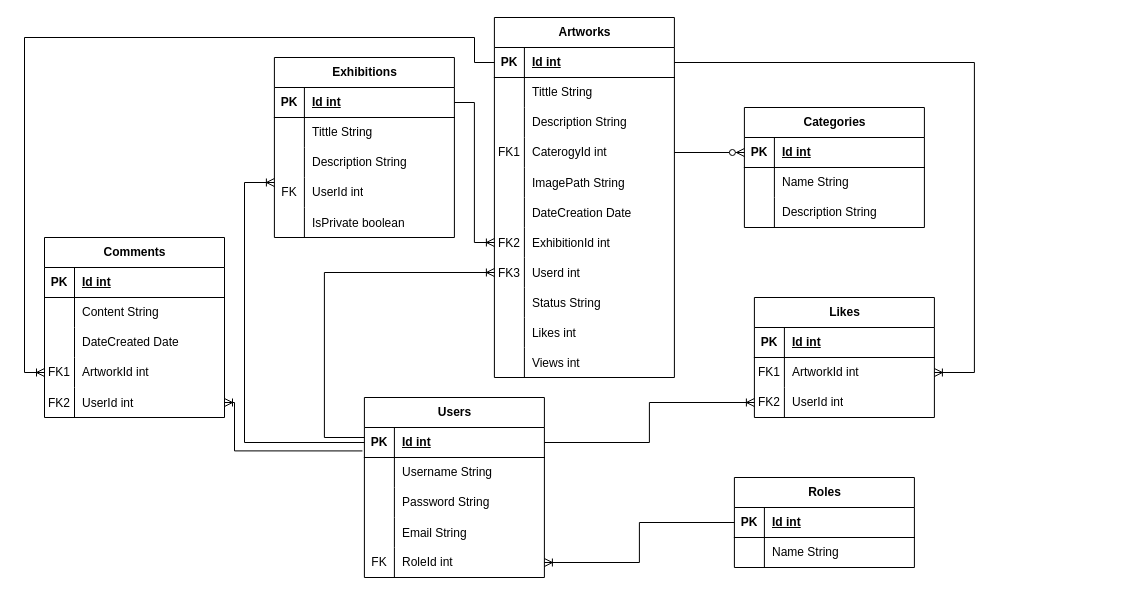
ShutovaTE/VAG-Java keeps this draw.io diagram as Диаграммы/ER-диаграмма.drawio. Above is the earlier version. Source tidied: cells renumbered, new cells numbered last; positions are measured from the earlier drawing's top-left corner, leaving out a move shared by most shapes. Both pictures are drawn from the tidied source at 100%, with x=0, y=0 at pixel (24, 17).
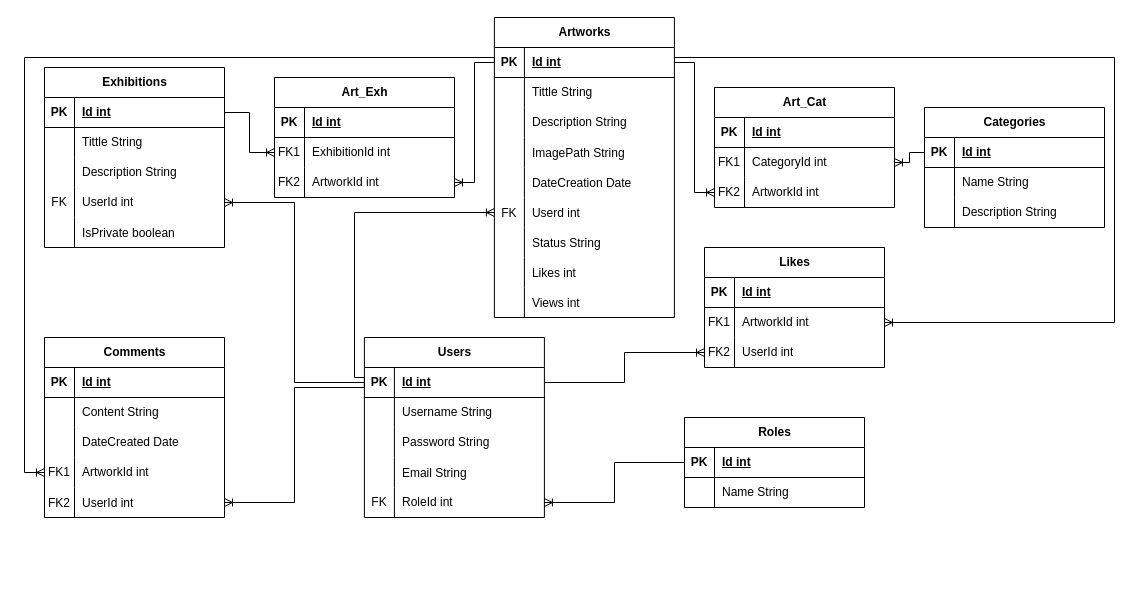
Above is the later version.

Commit message (it also covers changes not shown here):
Бесконечные страдания с диаграммой

The change refers to these unchanged cells:
```xml
<mxCell id="3" style="shape=tableRow;horizontal=0;startSize=0;swimlaneHead=0;swimlaneBody=0;fillColor=none;points=[[0,0.5],[1,0.5]];portConstraint=eastwest;top=0;left=0;right=0;bottom=1;" parent="2" vertex="1">
  <mxGeometry y="30" width="180" height="30" as="geometry" />
</mxCell>
<mxCell id="37" style="shape=tableRow;horizontal=0;startSize=0;swimlaneHead=0;swimlaneBody=0;fillColor=none;points=[[0,0.5],[1,0.5]];portConstraint=eastwest;top=0;left=0;right=0;bottom=1;" parent="36" vertex="1">
  <mxGeometry y="30" width="180" height="30" as="geometry" />
</mxCell>
<mxCell id="46" style="shape=tableRow;horizontal=0;startSize=0;swimlaneHead=0;swimlaneBody=0;fillColor=none;points=[[0,0.5],[1,0.5]];portConstraint=eastwest;top=0;left=0;right=0;bottom=0;" parent="36" vertex="1">
  <mxGeometry y="120" width="180" height="30" as="geometry" />
</mxCell>
<mxCell id="53" style="shape=tableRow;horizontal=0;startSize=0;swimlaneHead=0;swimlaneBody=0;fillColor=none;points=[[0,0.5],[1,0.5]];portConstraint=eastwest;top=0;left=0;right=0;bottom=1;" parent="52" vertex="1">
  <mxGeometry y="30" width="180" height="30" as="geometry" />
</mxCell>
<mxCell id="66" style="shape=tableRow;horizontal=0;startSize=0;swimlaneHead=0;swimlaneBody=0;fillColor=none;points=[[0,0.5],[1,0.5]];portConstraint=eastwest;top=0;left=0;right=0;bottom=0;" parent="62" vertex="1">
  <mxGeometry y="60" width="180" height="30" as="geometry" />
</mxCell>
<mxCell id="80" style="shape=tableRow;horizontal=0;startSize=0;swimlaneHead=0;swimlaneBody=0;fillColor=none;points=[[0,0.5],[1,0.5]];portConstraint=eastwest;top=0;left=0;right=0;bottom=1;" parent="79" vertex="1">
  <mxGeometry y="30" width="180" height="30" as="geometry" />
</mxCell>
<mxCell id="112" style="shape=tableRow;horizontal=0;startSize=0;swimlaneHead=0;swimlaneBody=0;fillColor=none;points=[[0,0.5],[1,0.5]];portConstraint=eastwest;top=0;left=0;right=0;bottom=0;" parent="102" vertex="1">
  <mxGeometry y="120" width="180" height="30" as="geometry" />
</mxCell>
<mxCell id="115" style="shape=tableRow;horizontal=0;startSize=0;swimlaneHead=0;swimlaneBody=0;fillColor=none;points=[[0,0.5],[1,0.5]];portConstraint=eastwest;top=0;left=0;right=0;bottom=0;" parent="102" vertex="1">
  <mxGeometry y="150" width="180" height="30" as="geometry" />
</mxCell>
```

The edit, as a diff of the source:
```diff
@@
     <mxCell id="2" value="Artworks" style="shape=table;startSize=30;childLayout=tableLayout;rowLines=0;fontStyle=1;align=center;html=1;" parent="1" vertex="1">
-      <mxGeometry x="469.9" width="180" height="360" as="geometry" />
+      <mxGeometry x="469.9" width="180" height="300" as="geometry" />
     </mxCell>
@@
-    <mxCell id="12" style="shape=tableRow;horizontal=0;startSize=0;swimlaneHead=0;swimlaneBody=0;fillColor=none;points=[[0,0.5],[1,0.5]];portConstraint=eastwest;top=0;left=0;right=0;bottom=0;" parent="2" vertex="1">
-      <mxGeometry y="120" width="180" height="30" as="geometry" />
-    </mxCell>
-    <mxCell id="13" value="FK1" style="shape=partialRectangle;fillColor=none;top=0;left=0;bottom=0;right=0;overflow=hidden;whiteSpace=wrap;html=1;" parent="12" vertex="1">
-      <mxGeometry width="30" height="30" as="geometry" />
-    </mxCell>
-    <mxCell id="14" value="CaterogyId int" style="shape=partialRectangle;fillColor=none;top=0;left=0;bottom=0;right=0;align=left;spacingLeft=6;overflow=hidden;whiteSpace=wrap;html=1;" parent="12" vertex="1">
-      <mxGeometry x="30" width="150" height="30" as="geometry" />
-    </mxCell>
     <mxCell id="15" style="shape=tableRow;horizontal=0;startSize=0;swimlaneHead=0;swimlaneBody=0;fillColor=none;top=0;left=0;right=0;bottom=0;" parent="2" vertex="1">
-      <mxGeometry y="150" width="180" height="30" as="geometry" />
+      <mxGeometry y="120" width="180" height="30" as="geometry" />
     </mxCell>
@@
     <mxCell id="18" style="shape=tableRow;horizontal=0;startSize=0;swimlaneHead=0;swimlaneBody=0;fillColor=none;top=0;left=0;right=0;bottom=0;" parent="2" vertex="1">
-      <mxGeometry y="180" width="180" height="30" as="geometry" />
+      <mxGeometry y="150" width="180" height="30" as="geometry" />
     </mxCell>
@@
-    <mxCell id="21" style="shape=tableRow;horizontal=0;startSize=0;swimlaneHead=0;swimlaneBody=0;fillColor=none;points=[[0,0.5],[1,0.5]];portConstraint=eastwest;top=0;left=0;right=0;bottom=0;" parent="2" vertex="1">
-      <mxGeometry y="210" width="180" height="30" as="geometry" />
-    </mxCell>
-    <mxCell id="22" value="FK2" style="shape=partialRectangle;fillColor=none;top=0;left=0;bottom=0;right=0;overflow=hidden;" parent="21" vertex="1">
-      <mxGeometry width="30" height="30" as="geometry" />
-    </mxCell>
-    <mxCell id="23" value="ExhibitionId int" style="shape=partialRectangle;fillColor=none;top=0;left=0;bottom=0;right=0;align=left;spacingLeft=6;overflow=hidden;" parent="21" vertex="1">
-      <mxGeometry x="30" width="150" height="30" as="geometry" />
-    </mxCell>
     <mxCell id="24" style="shape=tableRow;horizontal=0;startSize=0;swimlaneHead=0;swimlaneBody=0;fillColor=none;points=[[0,0.5],[1,0.5]];portConstraint=eastwest;top=0;left=0;right=0;bottom=0;" parent="2" vertex="1">
-      <mxGeometry y="240" width="180" height="30" as="geometry" />
+      <mxGeometry y="180" width="180" height="30" as="geometry" />
     </mxCell>
-    <mxCell id="25" value="FK3" style="shape=partialRectangle;fillColor=none;top=0;left=0;bottom=0;right=0;overflow=hidden;" parent="24" vertex="1">
+    <mxCell id="25" value="FK" style="shape=partialRectangle;fillColor=none;top=0;left=0;bottom=0;right=0;overflow=hidden;" parent="24" vertex="1">
       <mxGeometry width="30" height="30" as="geometry" />
     </mxCell>
@@
     <mxCell id="27" style="shape=tableRow;horizontal=0;startSize=0;swimlaneHead=0;swimlaneBody=0;fillColor=none;top=0;left=0;right=0;bottom=0;" parent="2" vertex="1">
-      <mxGeometry y="270" width="180" height="30" as="geometry" />
+      <mxGeometry y="210" width="180" height="30" as="geometry" />
     </mxCell>
@@
     <mxCell id="30" style="shape=tableRow;horizontal=0;startSize=0;swimlaneHead=0;swimlaneBody=0;fillColor=none;top=0;left=0;right=0;bottom=0;" parent="2" vertex="1">
-      <mxGeometry y="300" width="180" height="30" as="geometry" />
+      <mxGeometry y="240" width="180" height="30" as="geometry" />
     </mxCell>
@@
     <mxCell id="33" style="shape=tableRow;horizontal=0;startSize=0;swimlaneHead=0;swimlaneBody=0;fillColor=none;top=0;left=0;right=0;bottom=0;" parent="2" vertex="1">
-      <mxGeometry y="330" width="180" height="30" as="geometry" />
+      <mxGeometry y="270" width="180" height="30" as="geometry" />
     </mxCell>
@@
     <mxCell id="36" value="Exhibitions" style="shape=table;startSize=30;childLayout=tableLayout;rowLines=0;fontStyle=1;align=center;html=1;" parent="1" vertex="1">
-      <mxGeometry x="249.9" y="40" width="180" height="180" as="geometry" />
+      <mxGeometry x="20" y="50" width="180" height="180" as="geometry" />
     </mxCell>
@@
     <mxCell id="52" value="Categories" style="shape=table;startSize=30;childLayout=tableLayout;rowLines=0;fontStyle=1;align=center;html=1;" parent="1" vertex="1">
-      <mxGeometry x="719.9" y="90" width="180" height="120" as="geometry" />
+      <mxGeometry x="900" y="90" width="180" height="120" as="geometry" />
     </mxCell>
@@
     <mxCell id="62" value="Likes" style="shape=table;startSize=30;childLayout=tableLayout;rowLines=0;fontStyle=1;align=center;html=1;" parent="1" vertex="1">
-      <mxGeometry x="729.9" y="280" width="180" height="120" as="geometry" />
+      <mxGeometry x="680" y="230" width="180" height="120" as="geometry" />
     </mxCell>
@@
     <mxCell id="72" value="Roles" style="shape=table;startSize=30;childLayout=tableLayout;rowLines=0;fontStyle=1;align=center;html=1;" parent="1" vertex="1">
-      <mxGeometry x="709.9" y="460" width="180" height="90" as="geometry" />
+      <mxGeometry x="660" y="400" width="180" height="90" as="geometry" />
     </mxCell>
@@
     <mxCell id="79" value="Users" style="shape=table;startSize=30;childLayout=tableLayout;rowLines=0;fontStyle=1;align=center;html=1;" parent="1" vertex="1">
-      <mxGeometry x="339.9" y="380" width="180" height="180" as="geometry" />
+      <mxGeometry x="339.9" y="320" width="180" height="180" as="geometry" />
     </mxCell>
@@
-    <mxCell id="96" style="edgeStyle=orthogonalEdgeStyle;fontSize=12;html=1;endArrow=ERzeroToMany;endFill=1;rounded=0;" parent="1" edge="1" source="12" target="53">
-      <mxGeometry relative="1" as="geometry" />
-    </mxCell>
-    <mxCell id="97" style="edgeStyle=orthogonalEdgeStyle;fontSize=12;html=1;endArrow=ERoneToMany;rounded=0;" parent="1" edge="1" source="80" target="24">
+    <mxCell id="97" style="edgeStyle=orthogonalEdgeStyle;fontSize=12;html=1;endArrow=ERoneToMany;rounded=0;entryX=0;entryY=0.5;entryDx=0;entryDy=0;exitX=0;exitY=0.5;exitDx=0;exitDy=0;" parent="1" edge="1" source="80" target="24">
       <mxGeometry relative="1" as="geometry">
         <Array as="points">
-          <mxPoint x="299.9" y="420" />
-          <mxPoint x="299.9" y="255" />
+          <mxPoint x="340" y="360" />
+          <mxPoint x="330" y="360" />
+          <mxPoint x="330" y="195" />
         </Array>
       </mxGeometry>
     </mxCell>
-    <mxCell id="98" style="edgeStyle=orthogonalEdgeStyle;fontSize=12;html=1;endArrow=ERoneToMany;rounded=0;" parent="1" edge="1" source="37" target="21">
-      <mxGeometry relative="1" as="geometry" />
-    </mxCell>
-    <mxCell id="99" style="edgeStyle=orthogonalEdgeStyle;fontSize=12;html=1;endArrow=ERoneToMany;rounded=0;" parent="1" edge="1" source="80" target="46">
-      <mxGeometry relative="1" as="geometry">
-        <Array as="points">
-          <mxPoint x="220" y="425" />
-          <mxPoint x="220" y="165" />
-        </Array>
-      </mxGeometry>
+    <mxCell id="99" style="edgeStyle=orthogonalEdgeStyle;fontSize=12;html=1;endArrow=ERoneToMany;rounded=0;entryX=1;entryY=0.5;entryDx=0;entryDy=0;exitX=0;exitY=0.5;exitDx=0;exitDy=0;" parent="1" edge="1" source="80" target="46">
+      <mxGeometry relative="1" as="geometry" />
     </mxCell>
     <mxCell id="100" style="edgeStyle=orthogonalEdgeStyle;fontSize=12;html=1;endArrow=ERoneToMany;rounded=0;entryX=1;entryY=0.5;entryDx=0;entryDy=0;" parent="1" edge="1" source="3" target="66">
       <mxGeometry relative="1" as="geometry">
         <Array as="points">
-          <mxPoint x="949.9" y="45" />
-          <mxPoint x="949.9" y="355" />
+          <mxPoint x="1090" y="40" />
+          <mxPoint x="1090" y="305" />
         </Array>
       </mxGeometry>
     </mxCell>
@@
     <mxCell id="102" value="Comments" style="shape=table;startSize=30;childLayout=tableLayout;rowLines=0;fontStyle=1;align=center;html=1;" parent="1" vertex="1">
-      <mxGeometry x="20" y="220" width="180" height="180" as="geometry" />
+      <mxGeometry x="20" y="320" width="180" height="180" as="geometry" />
     </mxCell>
@@
-    <mxCell id="118" style="edgeStyle=orthogonalEdgeStyle;fontSize=12;html=1;endArrow=ERoneToMany;rounded=0;exitX=0;exitY=0.5;exitDx=0;exitDy=0;" parent="1" edge="1" source="3" target="112">
+    <mxCell id="118" style="edgeStyle=orthogonalEdgeStyle;fontSize=12;html=1;endArrow=ERoneToMany;rounded=0;exitX=0;exitY=0.5;exitDx=0;exitDy=0;entryX=0;entryY=0.5;entryDx=0;entryDy=0;" parent="1" edge="1" source="3" target="112">
       <mxGeometry relative="1" as="geometry">
         <Array as="points">
-          <mxPoint x="450" y="45" />
-          <mxPoint x="450" y="20" />
-          <mxPoint y="20" />
-          <mxPoint y="355" />
+          <mxPoint x="470" y="40" />
+          <mxPoint y="40" />
+          <mxPoint y="455" />
         </Array>
       </mxGeometry>
     </mxCell>
-    <mxCell id="119" style="edgeStyle=orthogonalEdgeStyle;fontSize=12;html=1;endArrow=ERoneToMany;rounded=0;exitX=-0.011;exitY=0.781;exitDx=0;exitDy=0;exitPerimeter=0;" parent="1" edge="1" source="80" target="115">
+    <mxCell id="119" style="edgeStyle=orthogonalEdgeStyle;fontSize=12;html=1;endArrow=ERoneToMany;rounded=0;exitX=0;exitY=0.5;exitDx=0;exitDy=0;entryX=1;entryY=0.5;entryDx=0;entryDy=0;" parent="1" edge="1" source="80" target="115">
       <mxGeometry relative="1" as="geometry">
         <Array as="points">
-          <mxPoint x="210" y="433" />
-          <mxPoint x="210" y="385" />
+          <mxPoint x="340" y="370" />
+          <mxPoint x="270" y="370" />
+          <mxPoint x="270" y="485" />
         </Array>
       </mxGeometry>
     </mxCell>
+    <mxCell id="120" value="Art_Exh" style="shape=table;startSize=30;childLayout=tableLayout;rowLines=0;fontStyle=1;align=center;html=1;" parent="1" vertex="1">
+      <mxGeometry x="250" y="60" width="180" height="120" as="geometry" />
+    </mxCell>
+    <mxCell id="121" style="shape=tableRow;horizontal=0;startSize=0;swimlaneHead=0;swimlaneBody=0;fillColor=none;top=0;left=0;right=0;bottom=1;" parent="120" vertex="1">
+      <mxGeometry y="30" width="180" height="30" as="geometry" />
+    </mxCell>
+    <mxCell id="122" value="PK" style="shape=partialRectangle;fillColor=none;top=0;left=0;bottom=0;right=0;fontStyle=1;overflow=hidden;whiteSpace=wrap;html=1;" parent="121" vertex="1">
+      <mxGeometry width="30" height="30" as="geometry" />
+    </mxCell>
+    <mxCell id="123" value="Id int" style="shape=partialRectangle;fillColor=none;top=0;left=0;bottom=0;right=0;align=left;spacingLeft=6;fontStyle=5;overflow=hidden;whiteSpace=wrap;html=1;" parent="121" vertex="1">
+      <mxGeometry x="30" width="150" height="30" as="geometry" />
+    </mxCell>
+    <mxCell id="124" style="shape=tableRow;horizontal=0;startSize=0;swimlaneHead=0;swimlaneBody=0;fillColor=none;points=[[0,0.5],[1,0.5]];portConstraint=eastwest;top=0;left=0;right=0;bottom=0;" parent="120" vertex="1">
+      <mxGeometry y="60" width="180" height="30" as="geometry" />
+    </mxCell>
+    <mxCell id="125" value="FK1" style="shape=partialRectangle;fillColor=none;top=0;left=0;bottom=0;right=0;overflow=hidden;whiteSpace=wrap;html=1;" parent="124" vertex="1">
+      <mxGeometry width="30" height="30" as="geometry" />
+    </mxCell>
+    <mxCell id="23" value="ExhibitionId int" style="shape=partialRectangle;fillColor=none;top=0;left=0;bottom=0;right=0;align=left;spacingLeft=6;overflow=hidden;whiteSpace=wrap;html=1;" parent="124" vertex="1">
+      <mxGeometry x="30" width="150" height="30" as="geometry" />
+    </mxCell>
+    <mxCell id="126" style="shape=tableRow;horizontal=0;startSize=0;swimlaneHead=0;swimlaneBody=0;fillColor=none;points=[[0,0.5],[1,0.5]];portConstraint=eastwest;top=0;left=0;right=0;bottom=0;" parent="120" vertex="1">
+      <mxGeometry y="90" width="180" height="30" as="geometry" />
+    </mxCell>
+    <mxCell id="127" value="FK2" style="shape=partialRectangle;fillColor=none;top=0;left=0;bottom=0;right=0;overflow=hidden;whiteSpace=wrap;html=1;" parent="126" vertex="1">
+      <mxGeometry width="30" height="30" as="geometry" />
+    </mxCell>
+    <mxCell id="128" value="ArtworkId int" style="shape=partialRectangle;fillColor=none;top=0;left=0;bottom=0;right=0;align=left;spacingLeft=6;overflow=hidden;whiteSpace=wrap;html=1;" parent="126" vertex="1">
+      <mxGeometry x="30" width="150" height="30" as="geometry" />
+    </mxCell>
+    <mxCell id="129" value="Art_Cat" style="shape=table;startSize=30;childLayout=tableLayout;rowLines=0;fontStyle=1;align=center;html=1;" parent="1" vertex="1">
+      <mxGeometry x="690" y="70" width="180" height="120" as="geometry" />
+    </mxCell>
+    <mxCell id="130" style="shape=tableRow;horizontal=0;startSize=0;swimlaneHead=0;swimlaneBody=0;fillColor=none;top=0;left=0;right=0;bottom=1;" parent="129" vertex="1">
+      <mxGeometry y="30" width="180" height="30" as="geometry" />
+    </mxCell>
+    <mxCell id="131" value="PK" style="shape=partialRectangle;fillColor=none;top=0;left=0;bottom=0;right=0;fontStyle=1;overflow=hidden;whiteSpace=wrap;html=1;" parent="130" vertex="1">
+      <mxGeometry width="30" height="30" as="geometry" />
+    </mxCell>
+    <mxCell id="132" value="Id int" style="shape=partialRectangle;fillColor=none;top=0;left=0;bottom=0;right=0;align=left;spacingLeft=6;fontStyle=5;overflow=hidden;whiteSpace=wrap;html=1;" parent="130" vertex="1">
+      <mxGeometry x="30" width="150" height="30" as="geometry" />
+    </mxCell>
+    <mxCell id="133" style="shape=tableRow;horizontal=0;startSize=0;swimlaneHead=0;swimlaneBody=0;fillColor=none;points=[[0,0.5],[1,0.5]];portConstraint=eastwest;top=0;left=0;right=0;bottom=0;" parent="129" vertex="1">
+      <mxGeometry y="60" width="180" height="30" as="geometry" />
+    </mxCell>
+    <mxCell id="134" value="FK1" style="shape=partialRectangle;fillColor=none;top=0;left=0;bottom=0;right=0;overflow=hidden;whiteSpace=wrap;html=1;" parent="133" vertex="1">
+      <mxGeometry width="30" height="30" as="geometry" />
+    </mxCell>
+    <mxCell id="135" value="CategoryId int" style="shape=partialRectangle;fillColor=none;top=0;left=0;bottom=0;right=0;align=left;spacingLeft=6;overflow=hidden;whiteSpace=wrap;html=1;" parent="133" vertex="1">
+      <mxGeometry x="30" width="150" height="30" as="geometry" />
+    </mxCell>
+    <mxCell id="136" style="shape=tableRow;horizontal=0;startSize=0;swimlaneHead=0;swimlaneBody=0;fillColor=none;points=[[0,0.5],[1,0.5]];portConstraint=eastwest;top=0;left=0;right=0;bottom=0;" parent="129" vertex="1">
+      <mxGeometry y="90" width="180" height="30" as="geometry" />
+    </mxCell>
+    <mxCell id="137" value="FK2" style="shape=partialRectangle;fillColor=none;top=0;left=0;bottom=0;right=0;overflow=hidden;whiteSpace=wrap;html=1;" parent="136" vertex="1">
+      <mxGeometry width="30" height="30" as="geometry" />
+    </mxCell>
+    <mxCell id="138" value="ArtworkId int" style="shape=partialRectangle;fillColor=none;top=0;left=0;bottom=0;right=0;align=left;spacingLeft=6;overflow=hidden;whiteSpace=wrap;html=1;" parent="136" vertex="1">
+      <mxGeometry x="30" width="150" height="30" as="geometry" />
+    </mxCell>
+    <mxCell id="139" style="edgeStyle=orthogonalEdgeStyle;fontSize=12;html=1;endArrow=ERoneToMany;rounded=0;exitX=0;exitY=0.5;exitDx=0;exitDy=0;entryX=1;entryY=0.5;entryDx=0;entryDy=0;" parent="1" edge="1" source="53" target="133">
+      <mxGeometry relative="1" as="geometry" />
+    </mxCell>
+    <mxCell id="140" style="edgeStyle=orthogonalEdgeStyle;fontSize=12;html=1;endArrow=ERoneToMany;rounded=0;exitX=1;exitY=0.5;exitDx=0;exitDy=0;entryX=0;entryY=0.5;entryDx=0;entryDy=0;" parent="1" edge="1" source="3" target="136">
+      <mxGeometry relative="1" as="geometry" />
+    </mxCell>
+    <mxCell id="141" style="edgeStyle=orthogonalEdgeStyle;fontSize=12;html=1;endArrow=ERoneToMany;rounded=0;exitX=1;exitY=0.5;exitDx=0;exitDy=0;entryX=0;entryY=0.5;entryDx=0;entryDy=0;" parent="1" edge="1" source="37" target="124">
+      <mxGeometry relative="1" as="geometry" />
+    </mxCell>
+    <mxCell id="142" style="edgeStyle=orthogonalEdgeStyle;fontSize=12;html=1;endArrow=ERoneToMany;rounded=0;exitX=0;exitY=0.5;exitDx=0;exitDy=0;entryX=1;entryY=0.5;entryDx=0;entryDy=0;" parent="1" edge="1" source="3" target="126">
+      <mxGeometry relative="1" as="geometry" />
+    </mxCell>
```
